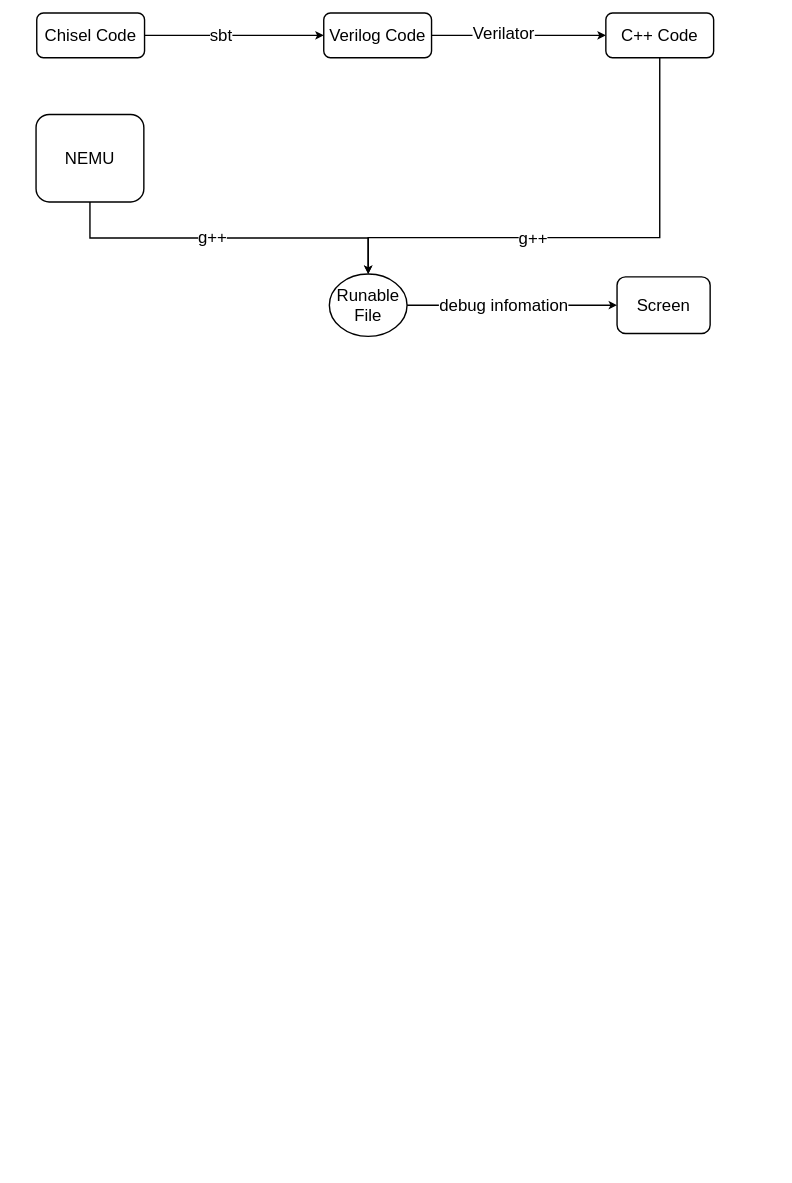
Above: TEST1.drawio in happy-lx/drawio (draw.io), before the change. Source tidied: cells renumbered, new cells numbered last; positions are measured from the earlier drawing's top-left corner, leaving out a move shared by most shapes. Both pictures are drawn from the tidied source at 70%, with x=0, y=0 at pixel (36, 13).
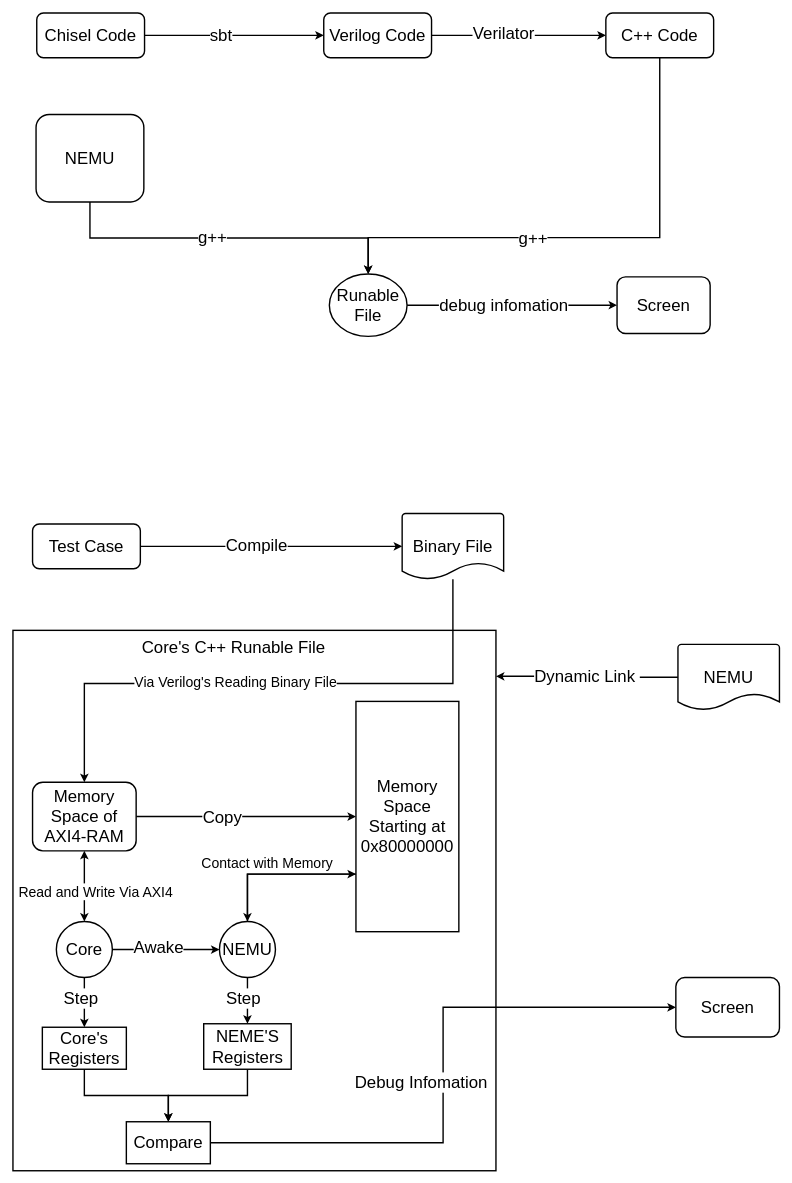
The same diagram, later.

What changed in the source:
```diff
@@
+    <mxCell id="18" style="edgeStyle=orthogonalEdgeStyle;rounded=0;jettySize=auto;html=1;exitX=1;exitY=0.5;exitDx=0;exitDy=0;strokeWidth=2;" parent="1" edge="1" source="20" target="21">
+      <mxGeometry relative="1" as="geometry" />
+    </mxCell>
+    <mxCell id="19" value="&lt;font style=&quot;font-size: 24px&quot;&gt;Compile&lt;/font&gt;" style="edgeLabel;html=1;align=center;verticalAlign=middle;" parent="18" vertex="1">
+      <mxGeometry x="-0.16" y="3" relative="1" as="geometry">
+        <mxPoint x="8" y="1" as="offset" />
+      </mxGeometry>
+    </mxCell>
+    <mxCell id="20" value="&lt;font style=&quot;font-size: 24px&quot;&gt;Test Case&lt;/font&gt;" style="rounded=1;whiteSpace=wrap;html=1;strokeWidth=2;" parent="1" vertex="1">
+      <mxGeometry x="-5" y="730" width="154" height="64" as="geometry" />
+    </mxCell>
+    <mxCell id="21" value="&lt;font style=&quot;font-size: 24px&quot;&gt;Binary File&lt;/font&gt;" style="strokeWidth=2;html=1;shape=mxgraph.flowchart.document2;whiteSpace=wrap;size=0.25;" parent="1" vertex="1">
+      <mxGeometry x="523" y="715" width="145" height="94" as="geometry" />
+    </mxCell>
+    <mxCell id="22" style="rounded=0;whiteSpace=wrap;html=1;strokeWidth=2;" parent="1" vertex="1">
+      <mxGeometry x="-33" y="882" width="690" height="772" as="geometry" />
+    </mxCell>
+    <mxCell id="23" style="edgeStyle=orthogonalEdgeStyle;rounded=0;jettySize=auto;html=1;exitX=1;exitY=0.5;exitDx=0;exitDy=0;entryX=0;entryY=0.5;entryDx=0;entryDy=0;strokeWidth=2;" parent="1" edge="1" source="25" target="27">
+      <mxGeometry relative="1" as="geometry" />
+    </mxCell>
+    <mxCell id="24" value="&lt;font style=&quot;font-size: 24px&quot;&gt;Copy&lt;/font&gt;" style="edgeLabel;html=1;align=center;verticalAlign=middle;" parent="23" vertex="1">
+      <mxGeometry x="-0.22" relative="1" as="geometry" />
+    </mxCell>
+    <mxCell id="25" value="&lt;font style=&quot;font-size: 24px&quot;&gt;Memory Space of AXI4-RAM&lt;/font&gt;" style="rounded=1;whiteSpace=wrap;html=1;strokeWidth=2;" parent="1" vertex="1">
+      <mxGeometry x="-5" y="1099" width="148" height="98" as="geometry" />
+    </mxCell>
+    <mxCell id="26" style="edgeStyle=orthogonalEdgeStyle;rounded=0;jettySize=auto;html=1;exitX=0;exitY=0.75;exitDx=0;exitDy=0;entryX=0.5;entryY=0;entryDx=0;entryDy=0;strokeWidth=2;" parent="1" edge="1" source="27" target="35">
+      <mxGeometry relative="1" as="geometry" />
+    </mxCell>
+    <mxCell id="27" value="&lt;span&gt;&lt;font style=&quot;font-size: 24px&quot;&gt;Memory Space Starting at 0x80000000&lt;/font&gt;&lt;/span&gt;" style="rounded=0;whiteSpace=wrap;html=1;strokeWidth=2;" parent="1" vertex="1">
+      <mxGeometry x="457" y="983.5" width="147" height="329" as="geometry" />
+    </mxCell>
+    <mxCell id="28" style="edgeStyle=orthogonalEdgeStyle;rounded=0;jettySize=auto;html=1;exitX=1;exitY=0.5;exitDx=0;exitDy=0;entryX=0;entryY=0.5;entryDx=0;entryDy=0;strokeWidth=2;" parent="1" edge="1" source="31" target="35">
+      <mxGeometry relative="1" as="geometry" />
+    </mxCell>
+    <mxCell id="29" value="&lt;font style=&quot;font-size: 24px&quot;&gt;Awake&lt;/font&gt;" style="edgeLabel;html=1;align=center;verticalAlign=middle;" parent="28" vertex="1">
+      <mxGeometry x="-0.23" y="2" relative="1" as="geometry">
+        <mxPoint x="6" y="-2" as="offset" />
+      </mxGeometry>
+    </mxCell>
+    <mxCell id="30" style="edgeStyle=orthogonalEdgeStyle;rounded=0;jettySize=auto;html=1;exitX=0.5;exitY=1;exitDx=0;exitDy=0;entryX=0.5;entryY=0;entryDx=0;entryDy=0;strokeWidth=2;" parent="1" edge="1" source="31" target="37">
+      <mxGeometry relative="1" as="geometry" />
+    </mxCell>
+    <mxCell id="31" value="&lt;font style=&quot;font-size: 24px&quot;&gt;Core&lt;/font&gt;" style="ellipse;whiteSpace=wrap;html=1;strokeWidth=2;" parent="1" vertex="1">
+      <mxGeometry x="29" y="1298" width="80" height="80" as="geometry" />
+    </mxCell>
+    <mxCell id="32" style="edgeStyle=orthogonalEdgeStyle;rounded=0;jettySize=auto;html=1;exitX=0.5;exitY=0;exitDx=0;exitDy=0;entryX=0;entryY=0.75;entryDx=0;entryDy=0;strokeWidth=2;" parent="1" edge="1" source="35" target="27">
+      <mxGeometry relative="1" as="geometry" />
+    </mxCell>
+    <mxCell id="33" value="&lt;font style=&quot;font-size: 20px&quot;&gt;Contact with Memory&lt;/font&gt;" style="edgeLabel;html=1;align=center;verticalAlign=middle;" parent="32" vertex="1">
+      <mxGeometry x="-0.04" y="-3" relative="1" as="geometry">
+        <mxPoint x="-12" y="-20" as="offset" />
+      </mxGeometry>
+    </mxCell>
+    <mxCell id="34" style="edgeStyle=orthogonalEdgeStyle;rounded=0;jettySize=auto;html=1;exitX=0.5;exitY=1;exitDx=0;exitDy=0;strokeWidth=2;" parent="1" edge="1" source="35" target="39">
+      <mxGeometry relative="1" as="geometry" />
+    </mxCell>
+    <mxCell id="35" value="&lt;font style=&quot;font-size: 24px&quot;&gt;NEMU&lt;/font&gt;" style="ellipse;whiteSpace=wrap;html=1;strokeWidth=2;" parent="1" vertex="1">
+      <mxGeometry x="262" y="1298" width="80" height="80" as="geometry" />
+    </mxCell>
+    <mxCell id="36" style="edgeStyle=orthogonalEdgeStyle;rounded=0;jettySize=auto;html=1;exitX=0.5;exitY=1;exitDx=0;exitDy=0;entryX=0.5;entryY=0;entryDx=0;entryDy=0;strokeWidth=2;" parent="1" edge="1" source="37" target="42">
+      <mxGeometry relative="1" as="geometry" />
+    </mxCell>
+    <mxCell id="37" value="&lt;font style=&quot;font-size: 24px&quot;&gt;Core's Registers&lt;/font&gt;" style="rounded=0;whiteSpace=wrap;html=1;strokeWidth=2;" parent="1" vertex="1">
+      <mxGeometry x="9" y="1449" width="120" height="60" as="geometry" />
+    </mxCell>
+    <mxCell id="38" style="edgeStyle=orthogonalEdgeStyle;rounded=0;jettySize=auto;html=1;exitX=0.5;exitY=1;exitDx=0;exitDy=0;entryX=0.5;entryY=0;entryDx=0;entryDy=0;strokeWidth=2;" parent="1" edge="1" source="39" target="42">
+      <mxGeometry relative="1" as="geometry" />
+    </mxCell>
+    <mxCell id="39" value="&lt;font style=&quot;font-size: 24px&quot;&gt;NEME'S Registers&lt;/font&gt;" style="rounded=0;whiteSpace=wrap;html=1;strokeWidth=2;" parent="1" vertex="1">
+      <mxGeometry x="239.5" y="1444" width="125" height="65" as="geometry" />
+    </mxCell>
+    <mxCell id="40" style="edgeStyle=orthogonalEdgeStyle;rounded=0;jettySize=auto;html=1;exitX=1;exitY=0.5;exitDx=0;exitDy=0;entryX=0;entryY=0.5;entryDx=0;entryDy=0;strokeWidth=2;" parent="1" edge="1" source="42" target="46">
+      <mxGeometry relative="1" as="geometry" />
+    </mxCell>
+    <mxCell id="41" value="&lt;font style=&quot;font-size: 24px&quot;&gt;Debug Infomation&lt;/font&gt;" style="edgeLabel;html=1;align=center;verticalAlign=middle;" parent="40" vertex="1">
+      <mxGeometry x="0.35" y="2" relative="1" as="geometry">
+        <mxPoint x="-85" y="109" as="offset" />
+      </mxGeometry>
+    </mxCell>
+    <mxCell id="42" value="&lt;font style=&quot;font-size: 24px&quot;&gt;Compare&lt;/font&gt;" style="rounded=0;whiteSpace=wrap;html=1;strokeWidth=2;" parent="1" vertex="1">
+      <mxGeometry x="129" y="1584" width="120" height="60" as="geometry" />
+    </mxCell>
+    <mxCell id="43" style="edgeStyle=orthogonalEdgeStyle;rounded=0;jettySize=auto;html=1;exitX=0;exitY=0.5;exitDx=0;exitDy=0;exitPerimeter=0;entryX=1;entryY=0.085;entryDx=0;entryDy=0;entryPerimeter=0;strokeWidth=2;" parent="1" edge="1" source="45" target="22">
+      <mxGeometry relative="1" as="geometry" />
+    </mxCell>
+    <mxCell id="44" value="&lt;font style=&quot;font-size: 24px&quot;&gt;Dynamic Link&amp;nbsp;&lt;/font&gt;" style="edgeLabel;html=1;align=center;verticalAlign=middle;" parent="43" vertex="1">
+      <mxGeometry x="0.21" y="1" relative="1" as="geometry">
+        <mxPoint x="26" y="-1" as="offset" />
+      </mxGeometry>
+    </mxCell>
+    <mxCell id="45" value="&lt;span style=&quot;font-size: 24px&quot;&gt;NEMU&lt;/span&gt;" style="strokeWidth=2;html=1;shape=mxgraph.flowchart.document2;whiteSpace=wrap;size=0.25;" parent="1" vertex="1">
+      <mxGeometry x="917" y="902" width="145" height="94" as="geometry" />
+    </mxCell>
+    <mxCell id="46" value="&lt;span style=&quot;font-size: 24px&quot;&gt;Screen&lt;/span&gt;" style="rounded=1;whiteSpace=wrap;html=1;strokeWidth=2;" parent="1" vertex="1">
+      <mxGeometry x="914" y="1378" width="148" height="85" as="geometry" />
+    </mxCell>
+    <mxCell id="47" value="&lt;font style=&quot;font-size: 24px&quot;&gt;Core's C++ Runable File&lt;/font&gt;" style="text;html=1;strokeColor=none;fillColor=none;align=center;verticalAlign=middle;whiteSpace=wrap;rounded=0;" parent="1" vertex="1">
+      <mxGeometry x="129" y="885" width="307" height="43" as="geometry" />
+    </mxCell>
+    <mxCell id="48" style="edgeStyle=orthogonalEdgeStyle;rounded=0;jettySize=auto;html=1;strokeWidth=2;entryX=0.5;entryY=0;entryDx=0;entryDy=0;" parent="1" edge="1" source="21" target="25">
+      <mxGeometry relative="1" as="geometry">
+        <Array as="points">
+          <mxPoint x="596" y="958" />
+          <mxPoint x="69" y="958" />
+        </Array>
+      </mxGeometry>
+    </mxCell>
+    <mxCell id="49" value="&lt;font style=&quot;font-size: 20px&quot;&gt;Via Verilog's Reading Binary File&lt;/font&gt;" style="edgeLabel;html=1;align=center;verticalAlign=middle;" parent="48" vertex="1">
+      <mxGeometry x="0.31" y="2" relative="1" as="geometry">
+        <mxPoint x="75" y="-5" as="offset" />
+      </mxGeometry>
+    </mxCell>
+    <mxCell id="50" style="endArrow=classic;startArrow=classic;html=1;strokeWidth=2;entryX=0.5;entryY=1;entryDx=0;entryDy=0;exitX=0.5;exitY=0;exitDx=0;exitDy=0;" parent="1" edge="1" source="31" target="25">
+      <mxGeometry relative="1" as="geometry" />
+    </mxCell>
+    <mxCell id="51" value="&lt;font style=&quot;font-size: 20px&quot;&gt;Read and Write Via AXI4&lt;/font&gt;" style="edgeLabel;html=1;align=center;verticalAlign=middle;" parent="50" vertex="1">
+      <mxGeometry x="-0.37" y="1" relative="1" as="geometry">
+        <mxPoint x="16" y="-12" as="offset" />
+      </mxGeometry>
+    </mxCell>
+    <mxCell id="52" value="&lt;span style=&quot;font-size: 24px&quot;&gt;Step&lt;/span&gt;" style="edgeLabel;html=1;align=center;verticalAlign=middle;" parent="1" vertex="1">
+      <mxGeometry x="182" y="1338" as="geometry">
+        <mxPoint x="-119" y="69" as="offset" />
+      </mxGeometry>
+    </mxCell>
+    <mxCell id="53" value="&lt;span style=&quot;font-size: 24px&quot;&gt;Step&lt;/span&gt;" style="edgeLabel;html=1;align=center;verticalAlign=middle;" parent="1" vertex="1">
+      <mxGeometry x="414" y="1338" as="geometry">
+        <mxPoint x="-119" y="69" as="offset" />
+      </mxGeometry>
+    </mxCell>
```
